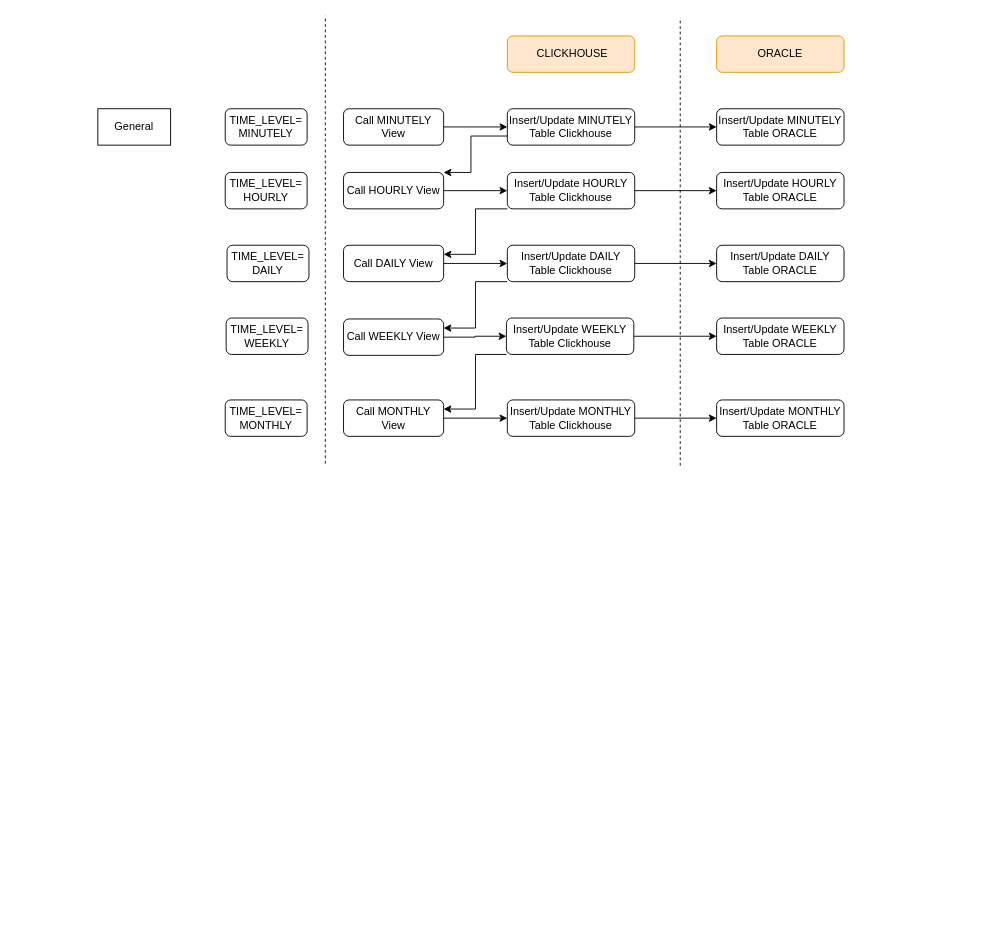
The draw.io diagram PMSCORE_KPI_FLOWFILE.drawio in dinhthengoc2021998/hello-world, before the edit. Source tidied: cells renumbered, new cells numbered last; positions are measured from the earlier drawing's top-left corner, leaving out a move shared by most shapes. Both pictures are drawn from the tidied source at 91%, with x=0, y=0 at pixel (97, 15).
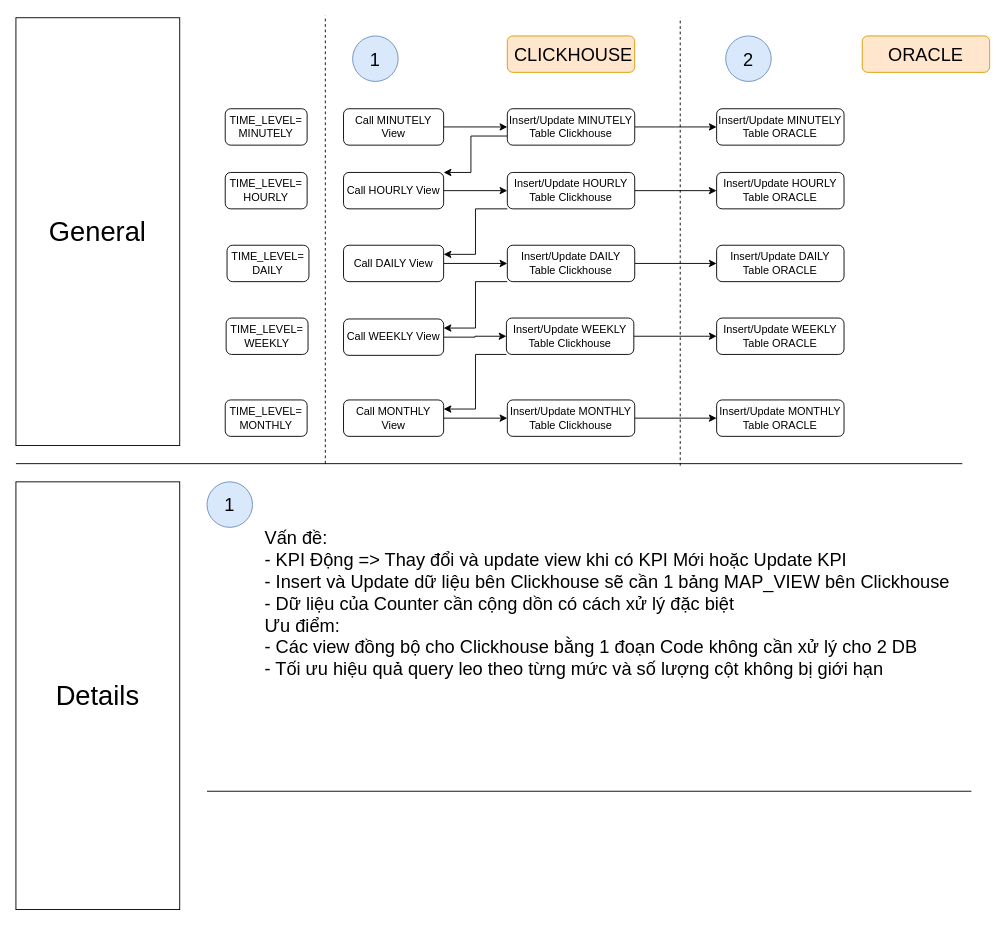
The same diagram, later.

Diff of the diagram source:
```diff
@@
-    <mxCell id="2" value="General" style="rounded=0;whiteSpace=wrap;html=1;" parent="1" vertex="1">
-      <mxGeometry y="102" width="80" height="40" as="geometry" />
+    <mxCell id="2" value="&lt;font style=&quot;font-size: 30px&quot;&gt;General&lt;/font&gt;" style="rounded=0;whiteSpace=wrap;html=1;" parent="1" vertex="1">
+      <mxGeometry x="-90" y="2" width="180" height="470" as="geometry" />
     </mxCell>
@@
-    <mxCell id="39" value="&amp;nbsp;CLICKHOUSE" style="rounded=1;whiteSpace=wrap;html=1;fillColor=#ffe6cc;strokeColor=#d79b00;" parent="1" vertex="1">
+    <mxCell id="39" value="&lt;font style=&quot;font-size: 20px&quot;&gt;&amp;nbsp;CLICKHOUSE&lt;/font&gt;" style="rounded=1;whiteSpace=wrap;html=1;fillColor=#ffe6cc;strokeColor=#d79b00;" parent="1" vertex="1">
       <mxGeometry x="450" y="22" width="140" height="40" as="geometry" />
     </mxCell>
-    <mxCell id="40" value="ORACLE" style="rounded=1;whiteSpace=wrap;html=1;fillColor=#ffe6cc;strokeColor=#d79b00;" parent="1" vertex="1">
-      <mxGeometry x="680" y="22" width="140" height="40" as="geometry" />
+    <mxCell id="40" value="&lt;font style=&quot;font-size: 20px&quot;&gt;ORACLE&lt;/font&gt;" style="rounded=1;whiteSpace=wrap;html=1;fillColor=#ffe6cc;strokeColor=#d79b00;" parent="1" vertex="1">
+      <mxGeometry x="840" y="22" width="140" height="40" as="geometry" />
     </mxCell>
+    <mxCell id="41" style="endArrow=none;html=1;" parent="1" edge="1">
+      <mxGeometry relative="1" as="geometry">
+        <mxPoint x="-90" y="492" as="sourcePoint" />
+        <mxPoint x="950" y="492" as="targetPoint" />
+      </mxGeometry>
+    </mxCell>
+    <mxCell id="42" value="&lt;font style=&quot;font-size: 20px&quot;&gt;1&lt;/font&gt;" style="ellipse;whiteSpace=wrap;html=1;fillColor=#dae8fc;strokeColor=#6c8ebf;" parent="1" vertex="1">
+      <mxGeometry x="280" y="22" width="50" height="50" as="geometry" />
+    </mxCell>
+    <mxCell id="43" value="&lt;font style=&quot;font-size: 30px&quot;&gt;Details&lt;br&gt;&lt;/font&gt;" style="rounded=0;whiteSpace=wrap;html=1;" parent="1" vertex="1">
+      <mxGeometry x="-90" y="512" width="180" height="470" as="geometry" />
+    </mxCell>
+    <mxCell id="44" value="&lt;font style=&quot;font-size: 20px&quot;&gt;2&lt;/font&gt;" style="ellipse;whiteSpace=wrap;html=1;fillColor=#dae8fc;strokeColor=#6c8ebf;" parent="1" vertex="1">
+      <mxGeometry x="690" y="22" width="50" height="50" as="geometry" />
+    </mxCell>
+    <mxCell id="45" style="endArrow=none;html=1;" parent="1" edge="1">
+      <mxGeometry relative="1" as="geometry">
+        <mxPoint x="120" y="852" as="sourcePoint" />
+        <mxPoint x="960" y="852" as="targetPoint" />
+      </mxGeometry>
+    </mxCell>
+    <mxCell id="46" value="&lt;font style=&quot;font-size: 20px&quot;&gt;1&lt;/font&gt;" style="ellipse;whiteSpace=wrap;html=1;fillColor=#dae8fc;strokeColor=#6c8ebf;" parent="1" vertex="1">
+      <mxGeometry x="120" y="512" width="50" height="50" as="geometry" />
+    </mxCell>
+    <mxCell id="47" value="&lt;div style=&quot;text-align: left&quot;&gt;&lt;span style=&quot;font-size: 20px&quot;&gt;Vấn đề:&amp;nbsp;&lt;/span&gt;&lt;/div&gt;&lt;font style=&quot;font-size: 20px&quot;&gt;&lt;div style=&quot;text-align: left&quot;&gt;&lt;span&gt;- KPI Động =&amp;gt; Thay đổi và update view khi có KPI Mới hoặc Update KPI&lt;/span&gt;&lt;/div&gt;&lt;div style=&quot;text-align: left&quot;&gt;&lt;span&gt;- Insert và Update dữ liệu bên Clickhouse sẽ cần 1 bảng MAP_VIEW bên Clickhouse&lt;/span&gt;&lt;/div&gt;&lt;div style=&quot;text-align: left&quot;&gt;&lt;span&gt;- Dữ liệu của Counter cần cộng dồn có cách xử lý đặc biệt&lt;/span&gt;&lt;/div&gt;&lt;div style=&quot;text-align: left&quot;&gt;&lt;span&gt;Ưu điểm:&lt;/span&gt;&lt;/div&gt;&lt;div style=&quot;text-align: left&quot;&gt;&lt;span&gt;- Các view đồng bộ cho Clickhouse bằng 1 đoạn Code không cần xử lý cho 2 DB&lt;/span&gt;&lt;/div&gt;&lt;div style=&quot;text-align: left&quot;&gt;&lt;span&gt;- Tối ưu hiệu quả query leo theo từng mức và số lượng cột không bị giới hạn&lt;/span&gt;&lt;/div&gt;&lt;div style=&quot;text-align: left&quot;&gt;&lt;span&gt;&lt;br&gt;&lt;/span&gt;&lt;/div&gt;&lt;/font&gt;" style="text;html=1;strokeColor=none;fillColor=none;align=center;verticalAlign=middle;whiteSpace=wrap;rounded=0;" parent="1" vertex="1">
+      <mxGeometry x="180" y="512" width="760" height="290" as="geometry" />
+    </mxCell>
```
